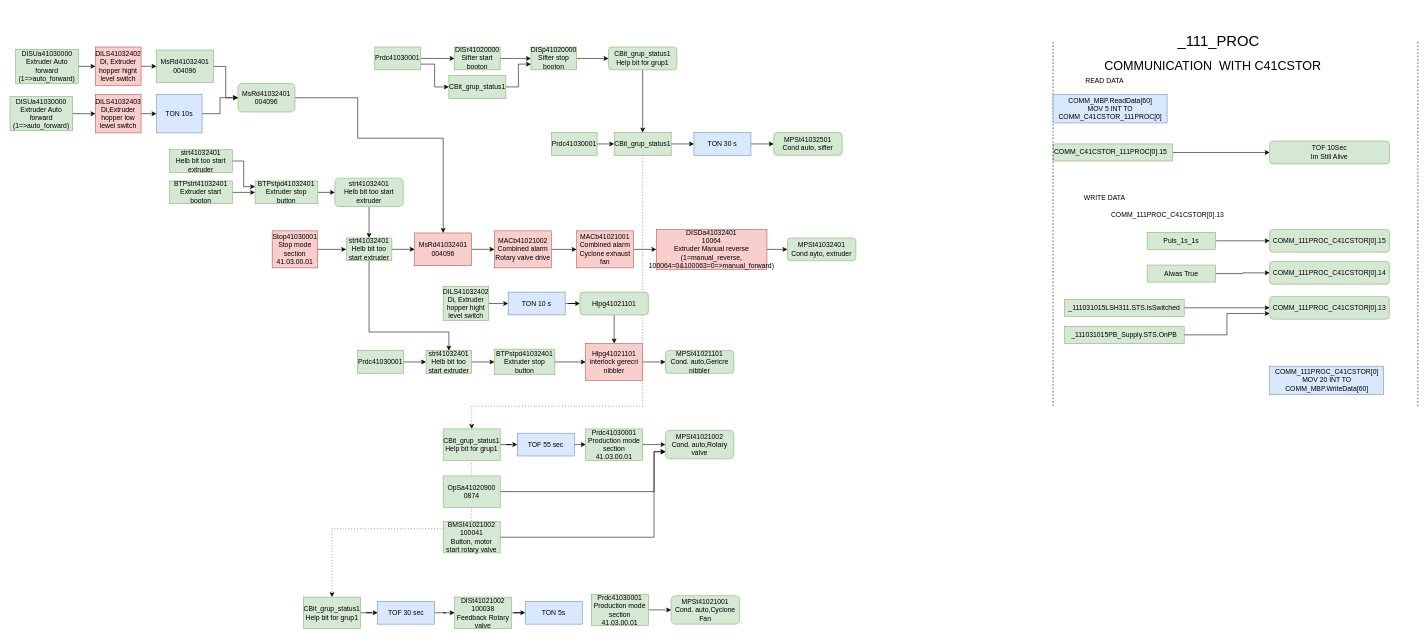
This is page "Страница 1" (1 of 2) of Лазерные датчики MMs.drawio from Johnystu/draw_io, a draw.io file, before an edit. Source tidied: cells renumbered, new cells numbered last; positions are measured from the earlier drawing's top-left corner, leaving out a move shared by most shapes. Both pictures are drawn from the tidied source at 57%, with x=0, y=0 at pixel (10, 35).
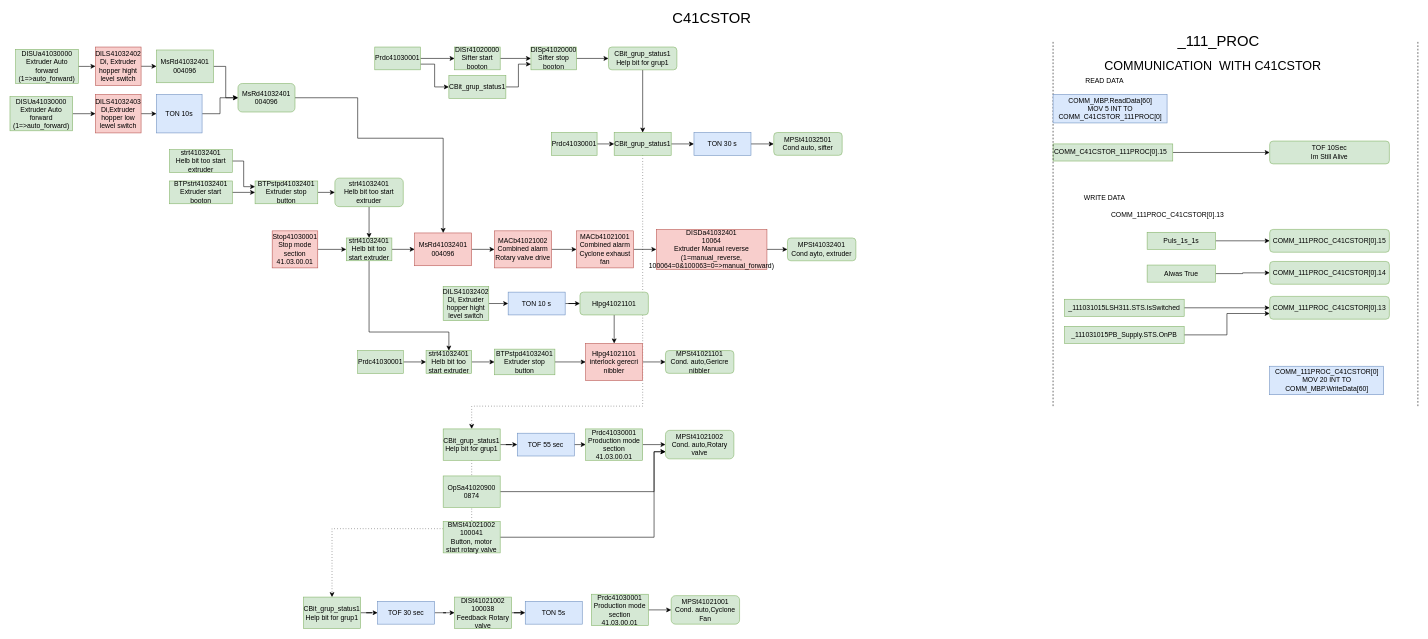
Above is the later version.

Diff of the diagram source:
```diff
@@
+    <mxCell id="118" value="&lt;font style=&quot;font-size: 26px&quot;&gt;C41CSTOR&lt;/font&gt;" style="text;html=1;align=center;verticalAlign=middle;" parent="1" vertex="1">
+      <mxGeometry x="1156" y="-40" width="150" height="20" as="geometry" />
+    </mxCell>
```
